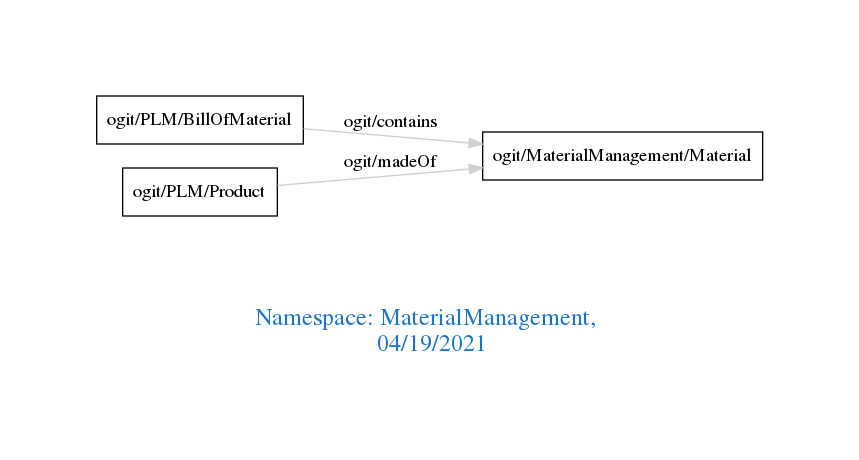
Above: downloads/MaterialManagement.png in arago/OGIT (Graphviz), before the change. Its source is kept beside it as downloads/MaterialManagement.dot.
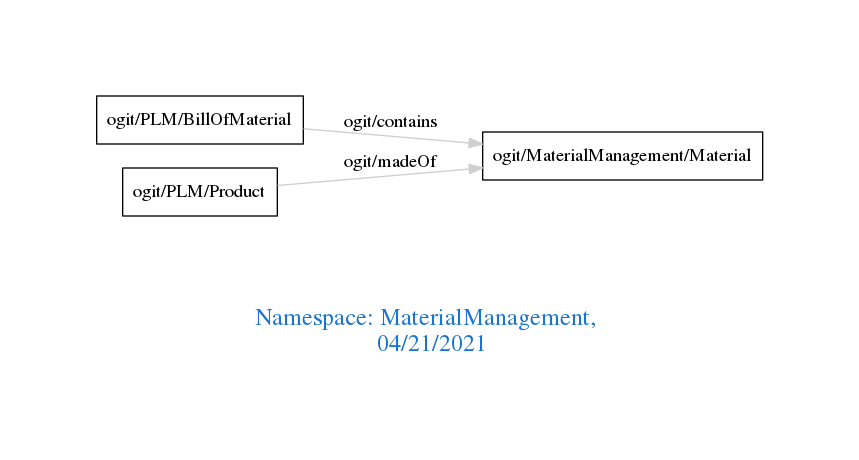
Later version of the same file.

The edit, as a diff of the source:
```diff
@@ -1,7 +1,7 @@
 digraph OGIT_ontology {
  graph [ rankdir= LR,pad=1
 fontsize = 18,
-fontcolor= dodgerblue3,label = "\n\n\nNamespace: MaterialManagement, \n 04/19/2021"];
+fontcolor= dodgerblue3,label = "\n\n\nNamespace: MaterialManagement, \n 04/21/2021"];
 node[shape=polygon];
 edge [  color="gray81"];
 
```
